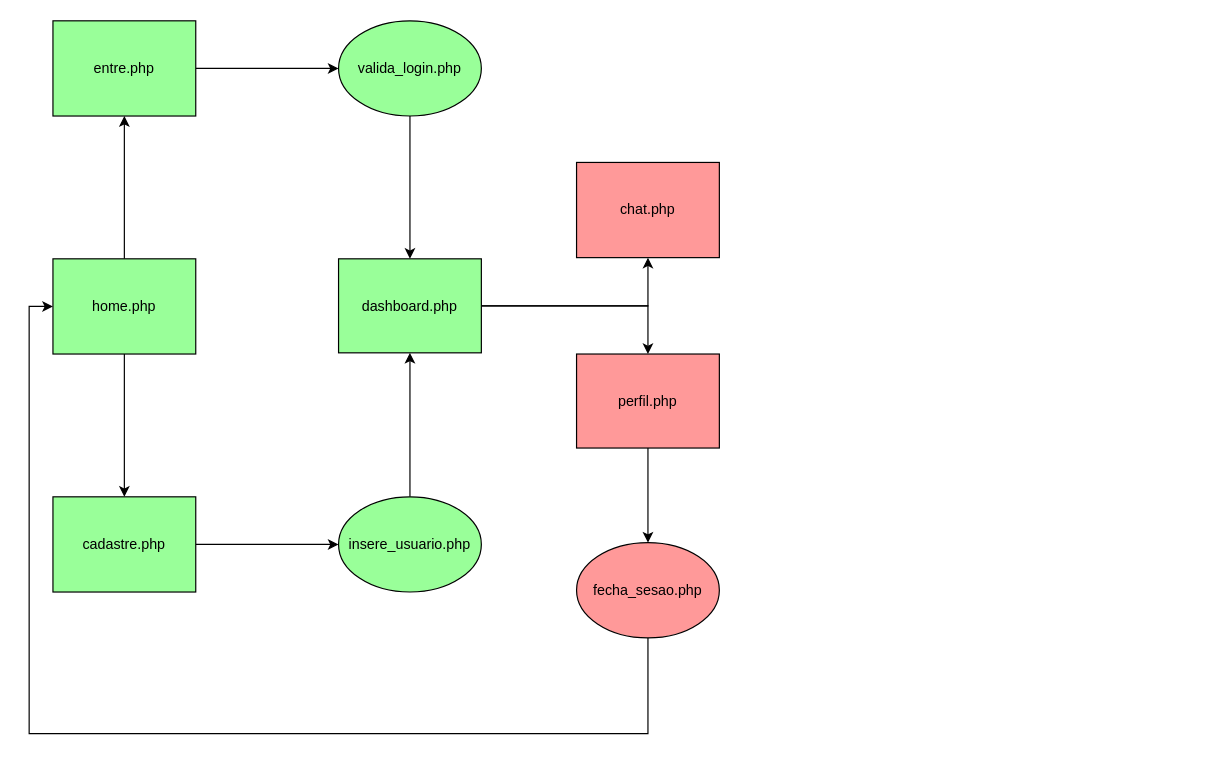
Above: page "Cliente" (1 of 2) of diagramas/Diagrama sem nome.drawio in Estevaoferreira/tcc (draw.io), before the change. Source tidied: cells renumbered, new cells numbered last; positions are measured from the earlier drawing's top-left corner, leaving out a move shared by most shapes. Both pictures are drawn from the tidied source at 119%, with x=0, y=0 at pixel (29, 20).
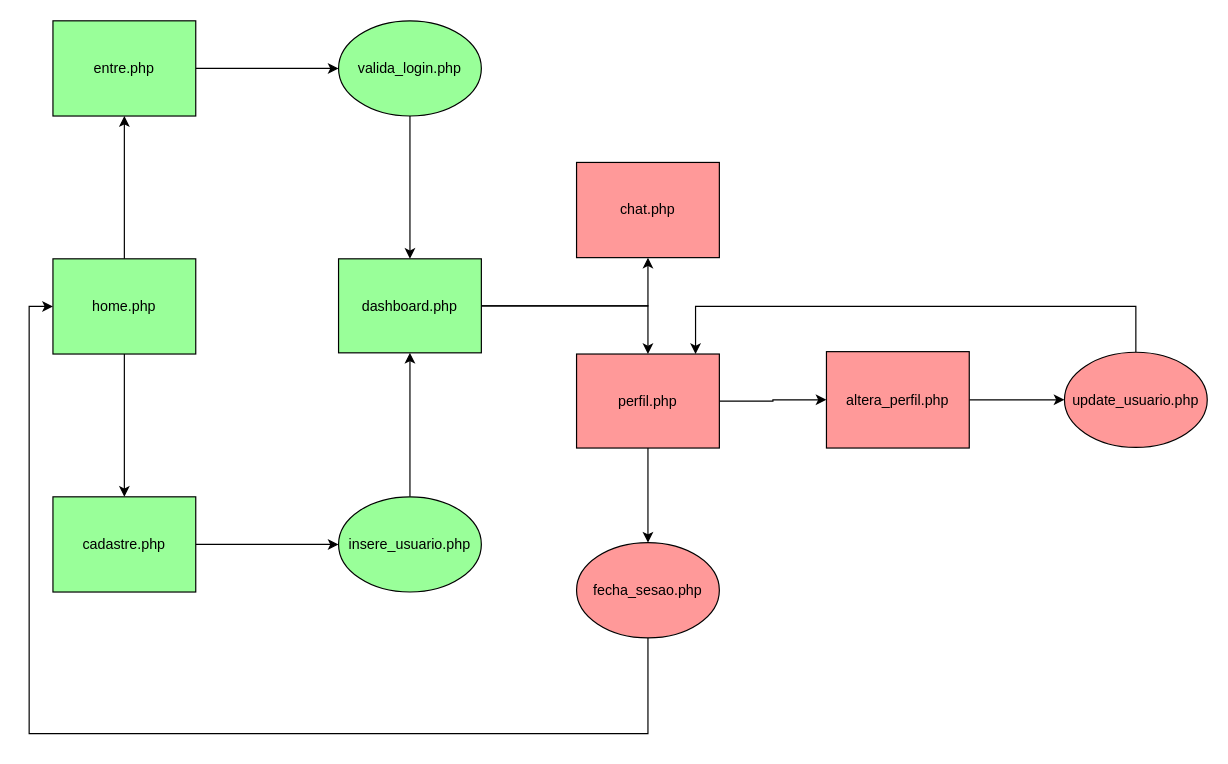
The same page after the edit.

The change refers to these unchanged cells:
```xml
<mxCell id="18" value="perfil.php" style="whiteSpace=wrap;html=1;fillColor=#FF9999;rounded=0;" parent="1" vertex="1">
  <mxGeometry x="460" y="280" width="120" height="79" as="geometry" />
</mxCell>
```

The edit, as a diff of the source:
```diff
@@
+    <mxCell id="21" style="edgeStyle=orthogonalEdgeStyle;rounded=0;jettySize=auto;html=1;exitX=1;exitY=0.5;exitDx=0;exitDy=0;entryX=0;entryY=0.5;entryDx=0;entryDy=0;" parent="1" edge="1" source="18" target="23">
+      <mxGeometry relative="1" as="geometry" />
+    </mxCell>
@@
+    <mxCell id="22" style="edgeStyle=orthogonalEdgeStyle;rounded=0;jettySize=auto;html=1;" parent="1" edge="1" source="23" target="25">
+      <mxGeometry relative="1" as="geometry" />
+    </mxCell>
+    <mxCell id="23" value="altera_perfil.php" style="whiteSpace=wrap;html=1;fillColor=#FF9999;rounded=0;" parent="1" vertex="1">
+      <mxGeometry x="670" y="278" width="120" height="81" as="geometry" />
+    </mxCell>
+    <mxCell id="24" style="edgeStyle=orthogonalEdgeStyle;rounded=0;jettySize=auto;html=1;" parent="1" edge="1" source="25">
+      <mxGeometry relative="1" as="geometry">
+        <mxPoint x="560" y="280" as="targetPoint" />
+        <Array as="points">
+          <mxPoint x="930" y="240" />
+          <mxPoint x="560" y="240" />
+          <mxPoint x="560" y="280" />
+        </Array>
+      </mxGeometry>
+    </mxCell>
+    <mxCell id="25" value="update_usuario.php" style="ellipse;whiteSpace=wrap;html=1;fillColor=#FF9999;rounded=0;" parent="1" vertex="1">
+      <mxGeometry x="870" y="278.5" width="120" height="80" as="geometry" />
+    </mxCell>
```
